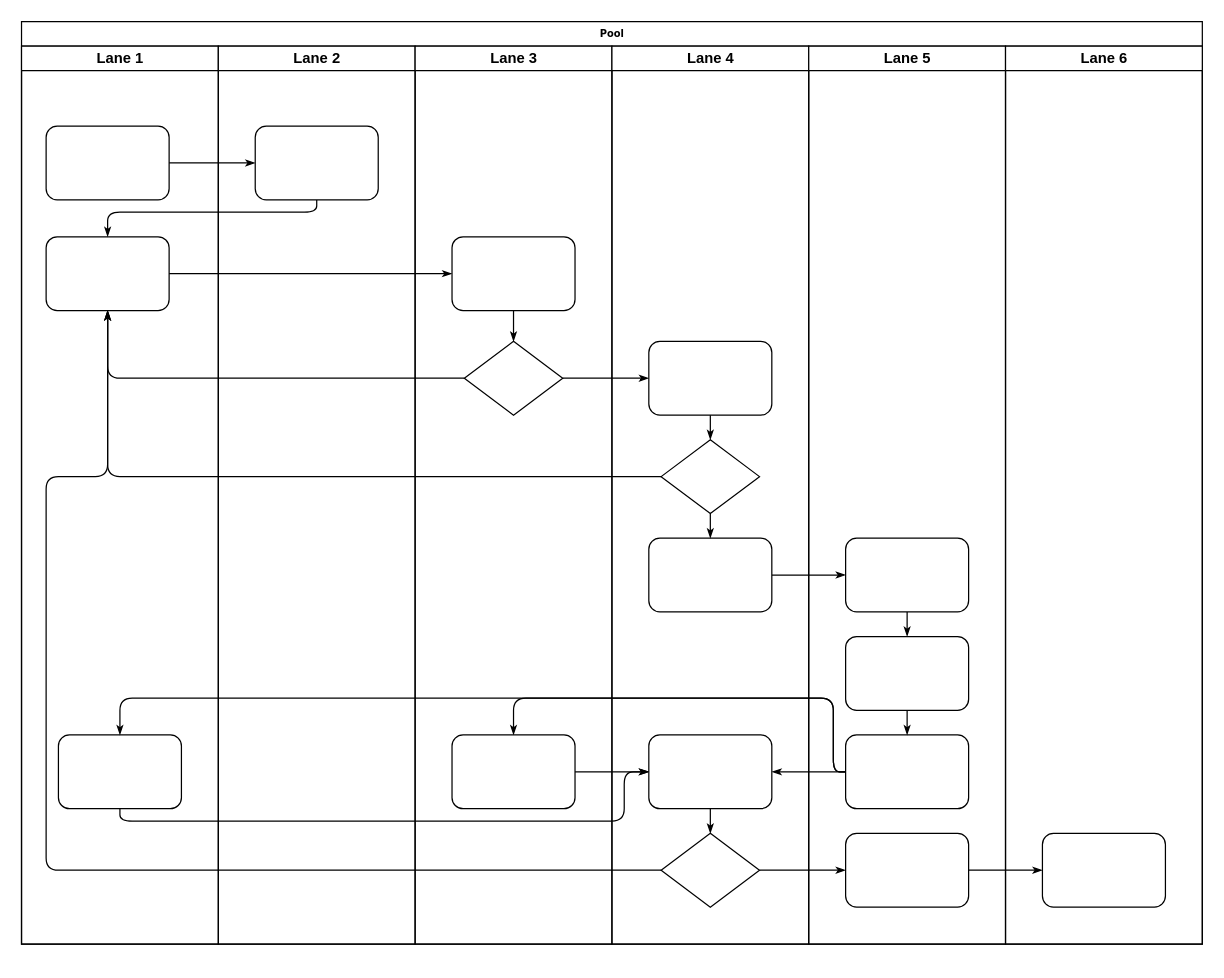
This is Untitled Diagram.drawio from MIchaelSalazar16/Trabajos, a draw.io file, before an edit. Source tidied: cells renumbered, new cells numbered last; positions are measured from the earlier drawing's top-left corner, leaving out a move shared by most shapes. Both pictures are drawn from the tidied source at 123%, with x=0, y=0 at pixel (21, 21).
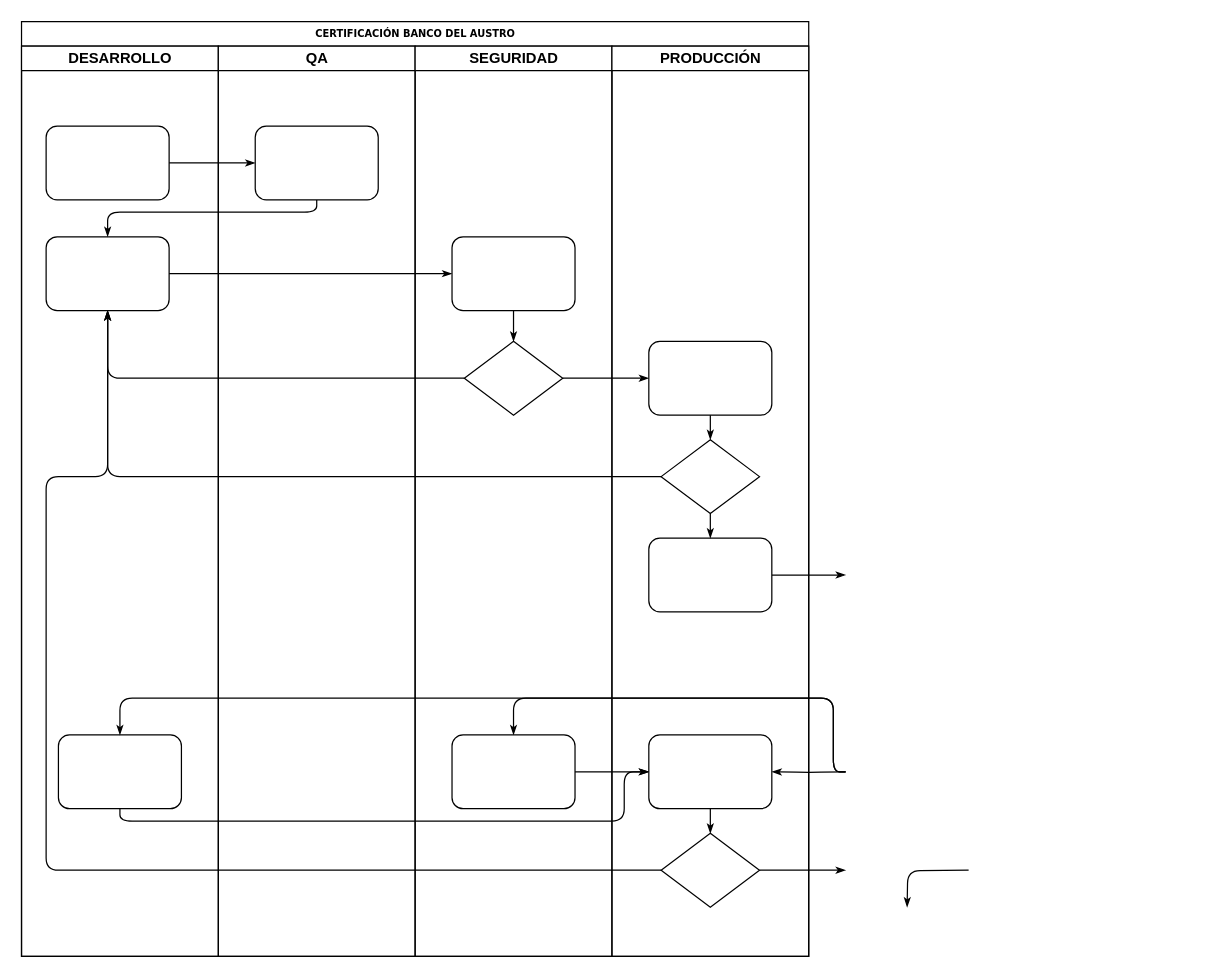
After the change.

Commit message:
PROCESO DE CERTIFICACION BA

The change refers to these unchanged cells:
```xml
<mxCell id="6" style="rounded=1;whiteSpace=wrap;html=1;shadow=0;labelBackgroundColor=none;strokeWidth=1;fontFamily=Verdana;fontSize=8;align=center;" parent="3" vertex="1">
  <mxGeometry x="30" y="560" width="100" height="60" as="geometry" />
</mxCell>
<mxCell id="27" style="rounded=1;whiteSpace=wrap;html=1;shadow=0;labelBackgroundColor=none;strokeWidth=1;fontFamily=Verdana;fontSize=8;align=center;" parent="24" vertex="1">
  <mxGeometry x="30" y="560" width="100" height="60" as="geometry" />
</mxCell>
<mxCell id="32" style="rounded=1;whiteSpace=wrap;html=1;shadow=0;labelBackgroundColor=none;strokeWidth=1;fontFamily=Verdana;fontSize=8;align=center;" parent="29" vertex="1">
  <mxGeometry x="30" y="400" width="100" height="60" as="geometry" />
</mxCell>
<mxCell id="33" style="rounded=1;whiteSpace=wrap;html=1;shadow=0;labelBackgroundColor=none;strokeWidth=1;fontFamily=Verdana;fontSize=8;align=center;" parent="29" vertex="1">
  <mxGeometry x="30" y="560" width="100" height="60" as="geometry" />
</mxCell>
<mxCell id="34" style="rhombus;whiteSpace=wrap;html=1;rounded=0;shadow=0;labelBackgroundColor=none;strokeWidth=1;fontFamily=Verdana;fontSize=8;align=center;" parent="29" vertex="1">
  <mxGeometry x="40" y="640" width="80" height="60" as="geometry" />
</mxCell>
```

Change to the diagram source:
```diff
@@
-    <mxCell id="2" value="Pool" style="swimlane;html=1;startSize=20;rounded=0;shadow=0;labelBackgroundColor=none;strokeWidth=1;fontFamily=Verdana;fontSize=8;align=center;" parent="1" vertex="1">
-      <mxGeometry width="960" height="750" as="geometry" />
+    <mxCell id="2" value="CERTIFICACIÓN BANCO DEL AUSTRO" style="swimlane;html=1;startSize=20;rounded=0;shadow=0;labelBackgroundColor=none;strokeWidth=1;fontFamily=Verdana;fontSize=8;align=center;" parent="1" vertex="1">
+      <mxGeometry width="640" height="760" as="geometry" />
     </mxCell>
-    <mxCell id="3" value="Lane 1" style="swimlane;html=1;startSize=20;" parent="2" vertex="1">
-      <mxGeometry y="20" width="160" height="730" as="geometry" />
+    <mxCell id="3" value="DESARROLLO" style="swimlane;html=1;startSize=20;" parent="2" vertex="1">
+      <mxGeometry y="20" width="160" height="740" as="geometry" />
     </mxCell>
@@
-    <mxCell id="14" style="edgeStyle=orthogonalEdgeStyle;rounded=1;html=1;labelBackgroundColor=none;startArrow=none;startFill=0;startSize=5;endArrow=classicThin;endFill=1;endSize=5;jettySize=auto;strokeWidth=1;fontFamily=Verdana;fontSize=8;" parent="2" edge="1" source="34" target="42">
-      <mxGeometry relative="1" as="geometry" />
+    <mxCell id="14" style="edgeStyle=orthogonalEdgeStyle;rounded=1;html=1;labelBackgroundColor=none;startArrow=none;startFill=0;startSize=5;endArrow=classicThin;endFill=1;endSize=5;jettySize=auto;strokeWidth=1;fontFamily=Verdana;fontSize=8;" parent="2" edge="1" source="34">
+      <mxGeometry relative="1" as="geometry">
+        <mxPoint x="670" y="690" as="targetPoint" />
+      </mxGeometry>
     </mxCell>
-    <mxCell id="15" style="edgeStyle=orthogonalEdgeStyle;rounded=1;html=1;labelBackgroundColor=none;startArrow=none;startFill=0;startSize=5;endArrow=classicThin;endFill=1;endSize=5;jettySize=auto;strokeWidth=1;fontFamily=Verdana;fontSize=8;" parent="2" edge="1" source="42" target="46">
-      <mxGeometry relative="1" as="geometry" />
+    <mxCell id="15" style="edgeStyle=orthogonalEdgeStyle;rounded=1;html=1;labelBackgroundColor=none;startArrow=none;startFill=0;startSize=5;endArrow=classicThin;endFill=1;endSize=5;jettySize=auto;orthogonalLoop=1;strokeWidth=1;fontFamily=Verdana;fontSize=8;" parent="2" edge="1">
+      <mxGeometry relative="1" as="geometry">
+        <mxPoint x="770" y="690" as="sourcePoint" />
+        <mxPoint x="720" y="720" as="targetPoint" />
+      </mxGeometry>
     </mxCell>
-    <mxCell id="16" style="edgeStyle=orthogonalEdgeStyle;rounded=1;html=1;labelBackgroundColor=none;startArrow=none;startFill=0;startSize=5;endArrow=classicThin;endFill=1;endSize=5;jettySize=auto;strokeWidth=1;fontFamily=Verdana;fontSize=8;" parent="2" edge="1" source="32" target="39">
-      <mxGeometry relative="1" as="geometry" />
+    <mxCell id="16" style="edgeStyle=orthogonalEdgeStyle;rounded=1;html=1;labelBackgroundColor=none;startArrow=none;startFill=0;startSize=5;endArrow=classicThin;endFill=1;endSize=5;jettySize=auto;strokeWidth=1;fontFamily=Verdana;fontSize=8;" parent="2" edge="1" source="32">
+      <mxGeometry relative="1" as="geometry">
+        <mxPoint x="670" y="450" as="targetPoint" />
+      </mxGeometry>
     </mxCell>
-    <mxCell id="17" style="edgeStyle=orthogonalEdgeStyle;rounded=1;html=1;labelBackgroundColor=none;startArrow=none;startFill=0;startSize=5;endArrow=classicThin;endFill=1;endSize=5;jettySize=auto;strokeWidth=1;fontFamily=Verdana;fontSize=8;" parent="2" edge="1" source="41" target="27">
+    <mxCell id="17" style="edgeStyle=orthogonalEdgeStyle;rounded=1;html=1;labelBackgroundColor=none;startArrow=none;startFill=0;startSize=5;endArrow=classicThin;endFill=1;endSize=5;jettySize=auto;strokeWidth=1;fontFamily=Verdana;fontSize=8;" parent="2" edge="1" target="27">
       <mxGeometry relative="1" as="geometry">
+        <mxPoint x="670" y="610" as="sourcePoint" />
         <Array as="points">
           <mxPoint x="660" y="610" />
           <mxPoint x="660" y="550" />
           <mxPoint x="400" y="550" />
         </Array>
       </mxGeometry>
     </mxCell>
-    <mxCell id="18" style="edgeStyle=orthogonalEdgeStyle;rounded=1;html=1;labelBackgroundColor=none;startArrow=none;startFill=0;startSize=5;endArrow=classicThin;endFill=1;endSize=5;jettySize=auto;strokeColor=#000000;strokeWidth=1;fontFamily=Verdana;fontSize=8;fontColor=#000000;" parent="2" edge="1" source="41" target="33">
-      <mxGeometry relative="1" as="geometry" />
+    <mxCell id="18" style="edgeStyle=orthogonalEdgeStyle;rounded=1;html=1;labelBackgroundColor=none;startArrow=none;startFill=0;startSize=5;endArrow=classicThin;endFill=1;endSize=5;jettySize=auto;strokeColor=#000000;strokeWidth=1;fontFamily=Verdana;fontSize=8;fontColor=#000000;" parent="2" edge="1" target="33">
+      <mxGeometry relative="1" as="geometry">
+        <mxPoint x="670" y="610" as="sourcePoint" />
+      </mxGeometry>
     </mxCell>
-    <mxCell id="19" style="edgeStyle=orthogonalEdgeStyle;rounded=1;html=1;labelBackgroundColor=none;startArrow=none;startFill=0;startSize=5;endArrow=classicThin;endFill=1;endSize=5;jettySize=auto;strokeWidth=1;fontFamily=Verdana;fontSize=8;" parent="2" edge="1" source="41" target="6">
+    <mxCell id="19" style="edgeStyle=orthogonalEdgeStyle;rounded=1;html=1;labelBackgroundColor=none;startArrow=none;startFill=0;startSize=5;endArrow=classicThin;endFill=1;endSize=5;jettySize=auto;strokeWidth=1;fontFamily=Verdana;fontSize=8;" parent="2" edge="1" target="6">
       <mxGeometry relative="1" as="geometry">
+        <mxPoint x="670" y="610" as="sourcePoint" />
         <Array as="points">
           <mxPoint x="660" y="610" />
           <mxPoint x="660" y="550" />
           <mxPoint x="80" y="550" />
         </Array>
       </mxGeometry>
     </mxCell>
@@
-    <mxCell id="22" value="Lane 2" style="swimlane;html=1;startSize=20;" parent="2" vertex="1">
-      <mxGeometry x="160" y="20" width="160" height="730" as="geometry" />
+    <mxCell id="22" value="QA" style="swimlane;html=1;startSize=20;" parent="2" vertex="1">
+      <mxGeometry x="160" y="20" width="160" height="740" as="geometry" />
     </mxCell>
@@
-    <mxCell id="24" value="Lane 3" style="swimlane;html=1;startSize=20;" parent="2" vertex="1">
-      <mxGeometry x="320" y="20" width="160" height="730" as="geometry" />
+    <mxCell id="24" value="SEGURIDAD" style="swimlane;html=1;startSize=20;" parent="2" vertex="1">
+      <mxGeometry x="320" y="20" width="160" height="740" as="geometry" />
     </mxCell>
@@
-    <mxCell id="29" value="Lane 4" style="swimlane;html=1;startSize=20;" parent="2" vertex="1">
-      <mxGeometry x="480" y="20" width="160" height="730" as="geometry" />
+    <mxCell id="29" value="PRODUCCIÓN" style="swimlane;html=1;startSize=20;" parent="2" vertex="1">
+      <mxGeometry x="480" y="20" width="160" height="740" as="geometry" />
     </mxCell>
@@
-    <mxCell id="38" value="Lane 5" style="swimlane;html=1;startSize=20;" parent="2" vertex="1">
-      <mxGeometry x="640" y="20" width="160" height="730" as="geometry" />
-    </mxCell>
-    <mxCell id="39" style="rounded=1;whiteSpace=wrap;html=1;shadow=0;labelBackgroundColor=none;strokeWidth=1;fontFamily=Verdana;fontSize=8;align=center;" parent="38" vertex="1">
-      <mxGeometry x="30" y="400" width="100" height="60" as="geometry" />
-    </mxCell>
-    <mxCell id="40" style="rounded=1;whiteSpace=wrap;html=1;shadow=0;labelBackgroundColor=none;strokeWidth=1;fontFamily=Verdana;fontSize=8;align=center;" parent="38" vertex="1">
-      <mxGeometry x="30" y="480" width="100" height="60" as="geometry" />
-    </mxCell>
-    <mxCell id="41" style="rounded=1;whiteSpace=wrap;html=1;shadow=0;labelBackgroundColor=none;strokeWidth=1;fontFamily=Verdana;fontSize=8;align=center;" parent="38" vertex="1">
-      <mxGeometry x="30" y="560" width="100" height="60" as="geometry" />
-    </mxCell>
-    <mxCell id="42" style="rounded=1;whiteSpace=wrap;html=1;shadow=0;labelBackgroundColor=none;strokeWidth=1;fontFamily=Verdana;fontSize=8;align=center;" parent="38" vertex="1">
-      <mxGeometry x="30" y="640" width="100" height="60" as="geometry" />
-    </mxCell>
-    <mxCell id="43" style="edgeStyle=orthogonalEdgeStyle;rounded=1;html=1;labelBackgroundColor=none;startArrow=none;startFill=0;startSize=5;endArrow=classicThin;endFill=1;endSize=5;jettySize=auto;strokeWidth=1;fontFamily=Verdana;fontSize=8;" parent="38" edge="1" source="39" target="40">
-      <mxGeometry relative="1" as="geometry" />
-    </mxCell>
-    <mxCell id="44" style="edgeStyle=orthogonalEdgeStyle;rounded=1;html=1;labelBackgroundColor=none;startArrow=none;startFill=0;startSize=5;endArrow=classicThin;endFill=1;endSize=5;jettySize=auto;strokeWidth=1;fontFamily=Verdana;fontSize=8;" parent="38" edge="1" source="40" target="41">
-      <mxGeometry relative="1" as="geometry" />
-    </mxCell>
-    <mxCell id="45" value="Lane 6" style="swimlane;html=1;startSize=20;" parent="2" vertex="1">
-      <mxGeometry x="800" y="20" width="160" height="730" as="geometry" />
-    </mxCell>
-    <mxCell id="46" style="rounded=1;whiteSpace=wrap;html=1;shadow=0;labelBackgroundColor=none;strokeWidth=1;fontFamily=Verdana;fontSize=8;align=center;" parent="45" vertex="1">
-      <mxGeometry x="30" y="640" width="100" height="60" as="geometry" />
-    </mxCell>
```
